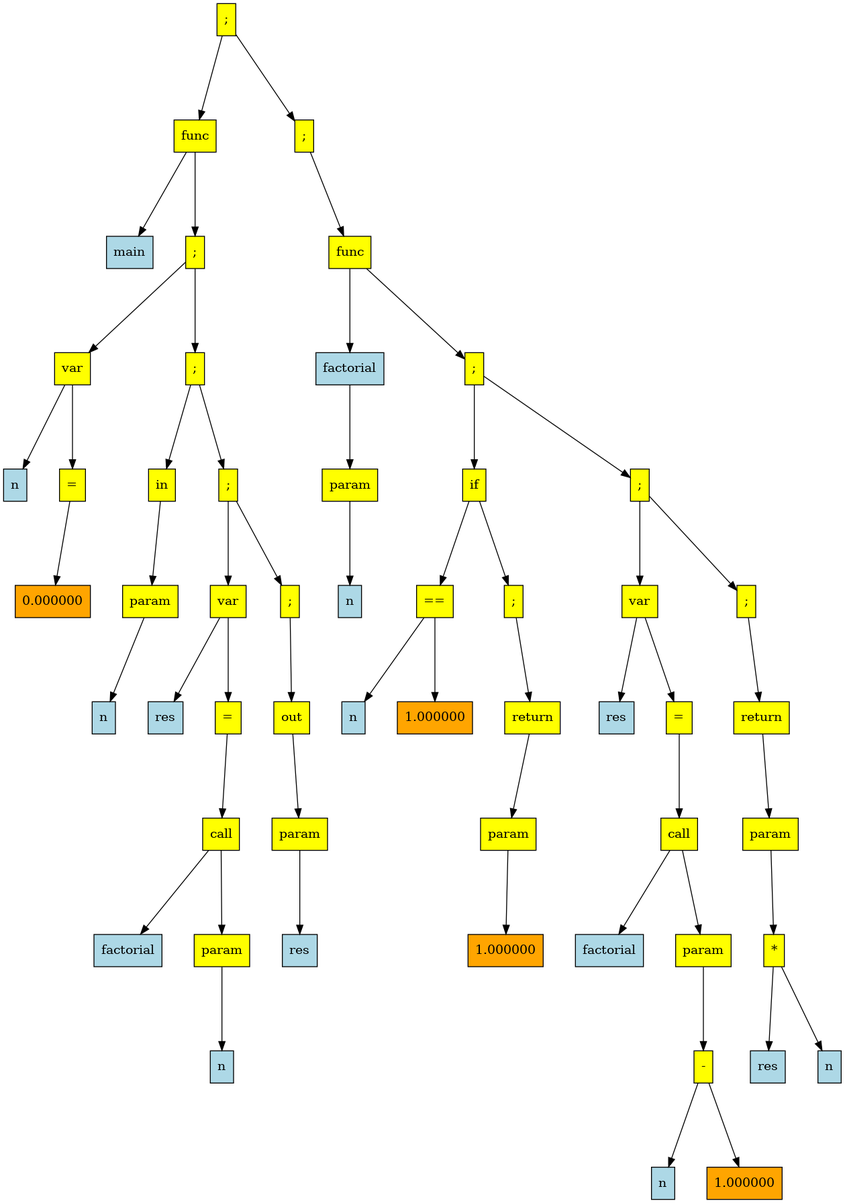
vvit19/Language keeps this Graphviz diagram as frontend/dump.png. Above is the earlier version. Its source is kept beside it as frontend/dump.dot. The source it was exported from:
```dot
            digraph g {
            rankdir   =  TB;
            graph[ranksep = 1.3, nodesep = 0.5, style = "rounded, filled"]
            Node0x604000000d50[shape=rectangle, width=0.2, style="filled",fillcolor="yellow", label=";"]

Node0x604000000590[shape=rectangle, width=0.2, style="filled",fillcolor="yellow", label="func"]

Node0x604000000010[shape=rectangle, width=0.2, style="filled",fillcolor="lightblue", label="main"]

Node0x604000000550[shape=rectangle, width=0.2, style="filled",fillcolor="yellow", label=";"]

Node0x604000000110[shape=rectangle, width=0.2, style="filled",fillcolor="yellow", label="var"]

Node0x604000000050[shape=rectangle, width=0.2, style="filled",fillcolor="lightblue", label="n"]

Node0x6040000000d0[shape=rectangle, width=0.2, style="filled",fillcolor="yellow", label="="]

Node0x604000000090[shape=rectangle, width=0.2, style="filled",fillcolor="orange", label="0.000000"]

Node0x604000000510[shape=rectangle, width=0.2, style="filled",fillcolor="yellow", label=";"]

Node0x6040000001d0[shape=rectangle, width=0.2, style="filled",fillcolor="yellow", label="in"]

Node0x604000000190[shape=rectangle, width=0.2, style="filled",fillcolor="yellow", label="param"]

Node0x604000000150[shape=rectangle, width=0.2, style="filled",fillcolor="lightblue", label="n"]

Node0x6040000004d0[shape=rectangle, width=0.2, style="filled",fillcolor="yellow", label=";"]

Node0x604000000390[shape=rectangle, width=0.2, style="filled",fillcolor="yellow", label="var"]

Node0x604000000210[shape=rectangle, width=0.2, style="filled",fillcolor="lightblue", label="res"]

Node0x604000000350[shape=rectangle, width=0.2, style="filled",fillcolor="yellow", label="="]

Node0x604000000310[shape=rectangle, width=0.2, style="filled",fillcolor="yellow", label="call"]

Node0x604000000250[shape=rectangle, width=0.2, style="filled",fillcolor="lightblue", label="factorial"]

Node0x6040000002d0[shape=rectangle, width=0.2, style="filled",fillcolor="yellow", label="param"]

Node0x604000000290[shape=rectangle, width=0.2, style="filled",fillcolor="lightblue", label="n"]

Node0x604000000490[shape=rectangle, width=0.2, style="filled",fillcolor="yellow", label=";"]

Node0x604000000450[shape=rectangle, width=0.2, style="filled",fillcolor="yellow", label="out"]

Node0x604000000410[shape=rectangle, width=0.2, style="filled",fillcolor="yellow", label="param"]

Node0x6040000003d0[shape=rectangle, width=0.2, style="filled",fillcolor="lightblue", label="res"]

Node0x604000000d10[shape=rectangle, width=0.2, style="filled",fillcolor="yellow", label=";"]

Node0x604000000cd0[shape=rectangle, width=0.2, style="filled",fillcolor="yellow", label="func"]

Node0x6040000005d0[shape=rectangle, width=0.2, style="filled",fillcolor="lightblue", label="factorial"]

Node0x604000000650[shape=rectangle, width=0.2, style="filled",fillcolor="yellow", label="param"]

Node0x604000000610[shape=rectangle, width=0.2, style="filled",fillcolor="lightblue", label="n"]

Node0x604000000c90[shape=rectangle, width=0.2, style="filled",fillcolor="yellow", label=";"]

Node0x604000000690[shape=rectangle, width=0.2, style="filled",fillcolor="yellow", label="if"]

Node0x604000000750[shape=rectangle, width=0.2, style="filled",fillcolor="yellow", label="=="]

Node0x6040000006d0[shape=rectangle, width=0.2, style="filled",fillcolor="lightblue", label="n"]

Node0x604000000710[shape=rectangle, width=0.2, style="filled",fillcolor="orange", label="1.000000"]

Node0x604000000850[shape=rectangle, width=0.2, style="filled",fillcolor="yellow", label=";"]

Node0x604000000810[shape=rectangle, width=0.2, style="filled",fillcolor="yellow", label="return"]

Node0x6040000007d0[shape=rectangle, width=0.2, style="filled",fillcolor="yellow", label="param"]

Node0x604000000790[shape=rectangle, width=0.2, style="filled",fillcolor="orange", label="1.000000"]

Node0x604000000c50[shape=rectangle, width=0.2, style="filled",fillcolor="yellow", label=";"]

Node0x604000000a90[shape=rectangle, width=0.2, style="filled",fillcolor="yellow", label="var"]

Node0x604000000890[shape=rectangle, width=0.2, style="filled",fillcolor="lightblue", label="res"]

Node0x604000000a50[shape=rectangle, width=0.2, style="filled",fillcolor="yellow", label="="]

Node0x604000000a10[shape=rectangle, width=0.2, style="filled",fillcolor="yellow", label="call"]

Node0x6040000008d0[shape=rectangle, width=0.2, style="filled",fillcolor="lightblue", label="factorial"]

Node0x6040000009d0[shape=rectangle, width=0.2, style="filled",fillcolor="yellow", label="param"]

Node0x604000000990[shape=rectangle, width=0.2, style="filled",fillcolor="yellow", label="-"]

Node0x604000000910[shape=rectangle, width=0.2, style="filled",fillcolor="lightblue", label="n"]

Node0x604000000950[shape=rectangle, width=0.2, style="filled",fillcolor="orange", label="1.000000"]

Node0x604000000c10[shape=rectangle, width=0.2, style="filled",fillcolor="yellow", label=";"]

Node0x604000000bd0[shape=rectangle, width=0.2, style="filled",fillcolor="yellow", label="return"]

Node0x604000000b90[shape=rectangle, width=0.2, style="filled",fillcolor="yellow", label="param"]

Node0x604000000b50[shape=rectangle, width=0.2, style="filled",fillcolor="yellow", label="*"]

Node0x604000000ad0[shape=rectangle, width=0.2, style="filled",fillcolor="lightblue", label="res"]

Node0x604000000b10[shape=rectangle, width=0.2, style="filled",fillcolor="lightblue", label="n"]

Node0x604000000d50->Node0x604000000590
Node0x604000000590->Node0x604000000010
Node0x604000000590->Node0x604000000550
Node0x604000000550->Node0x604000000110
Node0x604000000110->Node0x604000000050
Node0x604000000110->Node0x6040000000d0
Node0x6040000000d0->Node0x604000000090
Node0x604000000550->Node0x604000000510
Node0x604000000510->Node0x6040000001d0
Node0x6040000001d0->Node0x604000000190
Node0x604000000190->Node0x604000000150
Node0x604000000510->Node0x6040000004d0
Node0x6040000004d0->Node0x604000000390
Node0x604000000390->Node0x604000000210
Node0x604000000390->Node0x604000000350
Node0x604000000350->Node0x604000000310
Node0x604000000310->Node0x604000000250
Node0x604000000310->Node0x6040000002d0
Node0x6040000002d0->Node0x604000000290
Node0x6040000004d0->Node0x604000000490
Node0x604000000490->Node0x604000000450
Node0x604000000450->Node0x604000000410
Node0x604000000410->Node0x6040000003d0
Node0x604000000d50->Node0x604000000d10
Node0x604000000d10->Node0x604000000cd0
Node0x604000000cd0->Node0x6040000005d0
Node0x6040000005d0->Node0x604000000650
Node0x604000000650->Node0x604000000610
Node0x604000000cd0->Node0x604000000c90
Node0x604000000c90->Node0x604000000690
Node0x604000000690->Node0x604000000750
Node0x604000000750->Node0x6040000006d0
Node0x604000000750->Node0x604000000710
Node0x604000000690->Node0x604000000850
Node0x604000000850->Node0x604000000810
Node0x604000000810->Node0x6040000007d0
Node0x6040000007d0->Node0x604000000790
Node0x604000000c90->Node0x604000000c50
Node0x604000000c50->Node0x604000000a90
Node0x604000000a90->Node0x604000000890
Node0x604000000a90->Node0x604000000a50
Node0x604000000a50->Node0x604000000a10
Node0x604000000a10->Node0x6040000008d0
Node0x604000000a10->Node0x6040000009d0
Node0x6040000009d0->Node0x604000000990
Node0x604000000990->Node0x604000000910
Node0x604000000990->Node0x604000000950
Node0x604000000c50->Node0x604000000c10
Node0x604000000c10->Node0x604000000bd0
Node0x604000000bd0->Node0x604000000b90
Node0x604000000b90->Node0x604000000b50
Node0x604000000b50->Node0x604000000ad0
Node0x604000000b50->Node0x604000000b10
}
```
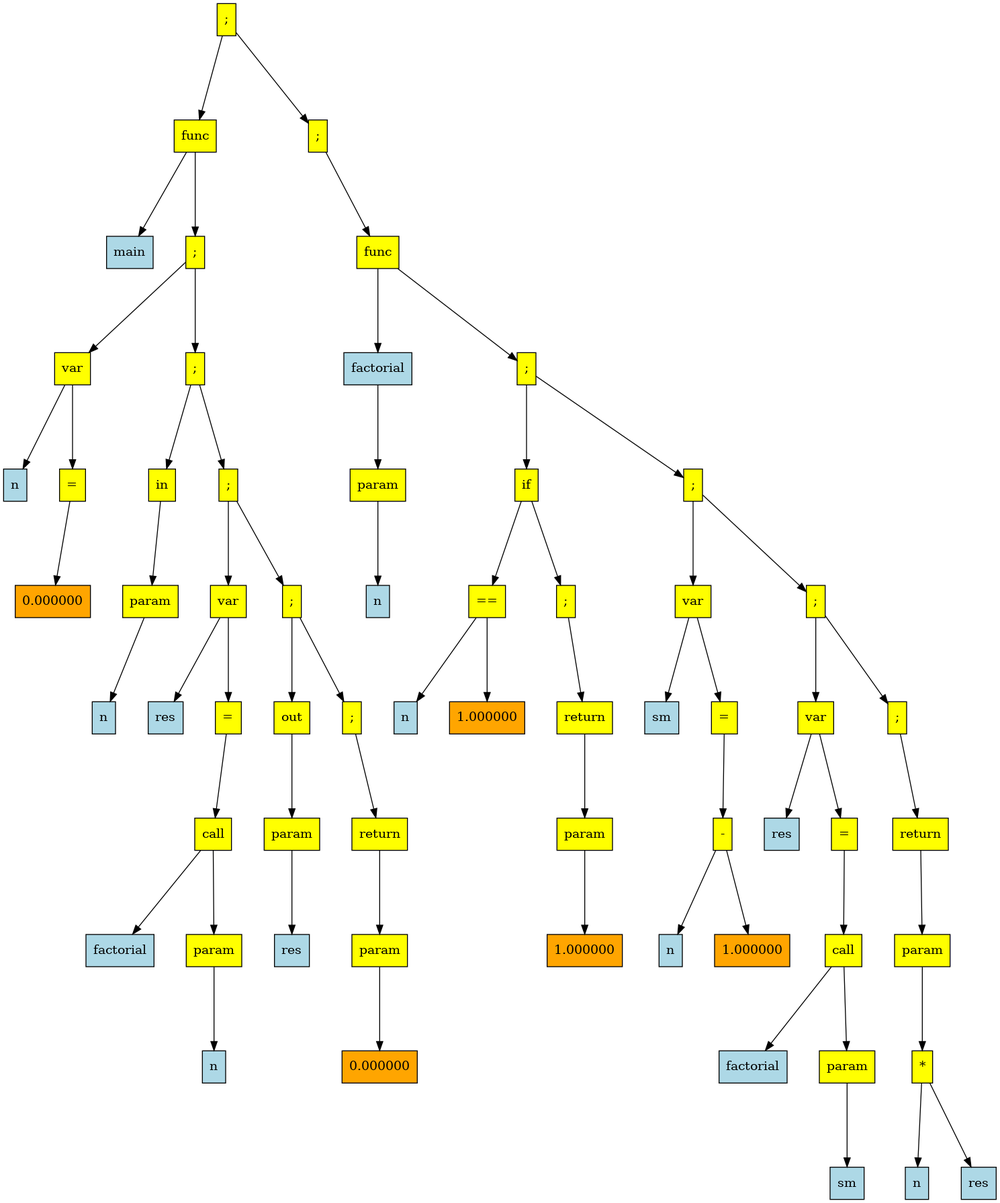
After the change.

What changed in the source:
```diff
@@ -1,13 +1,13 @@
             digraph g {
             rankdir   =  TB;
             graph[ranksep = 1.3, nodesep = 0.5, style = "rounded, filled"]
-            Node0x604000000d50[shape=rectangle, width=0.2, style="filled",fillcolor="yellow", label=";"]
+            Node0x604000000f90[shape=rectangle, width=0.2, style="filled",fillcolor="yellow", label=";"]
 
-Node0x604000000590[shape=rectangle, width=0.2, style="filled",fillcolor="yellow", label="func"]
+Node0x604000000690[shape=rectangle, width=0.2, style="filled",fillcolor="yellow", label="func"]
 
 Node0x604000000010[shape=rectangle, width=0.2, style="filled",fillcolor="lightblue", label="main"]
 
-Node0x604000000550[shape=rectangle, width=0.2, style="filled",fillcolor="yellow", label=";"]
+Node0x604000000650[shape=rectangle, width=0.2, style="filled",fillcolor="yellow", label=";"]
 
 Node0x604000000110[shape=rectangle, width=0.2, style="filled",fillcolor="yellow", label="var"]
 
@@ -17,7 +17,7 @@
 
 Node0x604000000090[shape=rectangle, width=0.2, style="filled",fillcolor="orange", label="0.000000"]
 
-Node0x604000000510[shape=rectangle, width=0.2, style="filled",fillcolor="yellow", label=";"]
+Node0x604000000610[shape=rectangle, width=0.2, style="filled",fillcolor="yellow", label=";"]
 
 Node0x6040000001d0[shape=rectangle, width=0.2, style="filled",fillcolor="yellow", label="in"]
 
@@ -25,7 +25,7 @@
 
 Node0x604000000150[shape=rectangle, width=0.2, style="filled",fillcolor="lightblue", label="n"]
 
-Node0x6040000004d0[shape=rectangle, width=0.2, style="filled",fillcolor="yellow", label=";"]
+Node0x6040000005d0[shape=rectangle, width=0.2, style="filled",fillcolor="yellow", label=";"]
 
 Node0x604000000390[shape=rectangle, width=0.2, style="filled",fillcolor="yellow", label="var"]
 
@@ -41,7 +41,7 @@
 
 Node0x604000000290[shape=rectangle, width=0.2, style="filled",fillcolor="lightblue", label="n"]
 
-Node0x604000000490[shape=rectangle, width=0.2, style="filled",fillcolor="yellow", label=";"]
+Node0x604000000590[shape=rectangle, width=0.2, style="filled",fillcolor="yellow", label=";"]
 
 Node0x604000000450[shape=rectangle, width=0.2, style="filled",fillcolor="yellow", label="out"]
 
@@ -49,117 +49,144 @@
 
 Node0x6040000003d0[shape=rectangle, width=0.2, style="filled",fillcolor="lightblue", label="res"]
 
-Node0x604000000d10[shape=rectangle, width=0.2, style="filled",fillcolor="yellow", label=";"]
+Node0x604000000550[shape=rectangle, width=0.2, style="filled",fillcolor="yellow", label=";"]
 
-Node0x604000000cd0[shape=rectangle, width=0.2, style="filled",fillcolor="yellow", label="func"]
+Node0x604000000510[shape=rectangle, width=0.2, style="filled",fillcolor="yellow", label="return"]
 
-Node0x6040000005d0[shape=rectangle, width=0.2, style="filled",fillcolor="lightblue", label="factorial"]
+Node0x6040000004d0[shape=rectangle, width=0.2, style="filled",fillcolor="yellow", label="param"]
 
-Node0x604000000650[shape=rectangle, width=0.2, style="filled",fillcolor="yellow", label="param"]
+Node0x604000000490[shape=rectangle, width=0.2, style="filled",fillcolor="orange", label="0.000000"]
 
-Node0x604000000610[shape=rectangle, width=0.2, style="filled",fillcolor="lightblue", label="n"]
+Node0x604000000f50[shape=rectangle, width=0.2, style="filled",fillcolor="yellow", label=";"]
 
-Node0x604000000c90[shape=rectangle, width=0.2, style="filled",fillcolor="yellow", label=";"]
+Node0x604000000f10[shape=rectangle, width=0.2, style="filled",fillcolor="yellow", label="func"]
 
-Node0x604000000690[shape=rectangle, width=0.2, style="filled",fillcolor="yellow", label="if"]
+Node0x6040000006d0[shape=rectangle, width=0.2, style="filled",fillcolor="lightblue", label="factorial"]
 
-Node0x604000000750[shape=rectangle, width=0.2, style="filled",fillcolor="yellow", label="=="]
+Node0x604000000750[shape=rectangle, width=0.2, style="filled",fillcolor="yellow", label="param"]
 
-Node0x6040000006d0[shape=rectangle, width=0.2, style="filled",fillcolor="lightblue", label="n"]
+Node0x604000000710[shape=rectangle, width=0.2, style="filled",fillcolor="lightblue", label="n"]
 
-Node0x604000000710[shape=rectangle, width=0.2, style="filled",fillcolor="orange", label="1.000000"]
+Node0x604000000ed0[shape=rectangle, width=0.2, style="filled",fillcolor="yellow", label=";"]
 
-Node0x604000000850[shape=rectangle, width=0.2, style="filled",fillcolor="yellow", label=";"]
+Node0x604000000790[shape=rectangle, width=0.2, style="filled",fillcolor="yellow", label="if"]
 
-Node0x604000000810[shape=rectangle, width=0.2, style="filled",fillcolor="yellow", label="return"]
+Node0x604000000850[shape=rectangle, width=0.2, style="filled",fillcolor="yellow", label="=="]
 
-Node0x6040000007d0[shape=rectangle, width=0.2, style="filled",fillcolor="yellow", label="param"]
+Node0x6040000007d0[shape=rectangle, width=0.2, style="filled",fillcolor="lightblue", label="n"]
 
-Node0x604000000790[shape=rectangle, width=0.2, style="filled",fillcolor="orange", label="1.000000"]
+Node0x604000000810[shape=rectangle, width=0.2, style="filled",fillcolor="orange", label="1.000000"]
 
-Node0x604000000c50[shape=rectangle, width=0.2, style="filled",fillcolor="yellow", label=";"]
+Node0x604000000950[shape=rectangle, width=0.2, style="filled",fillcolor="yellow", label=";"]
 
-Node0x604000000a90[shape=rectangle, width=0.2, style="filled",fillcolor="yellow", label="var"]
+Node0x604000000910[shape=rectangle, width=0.2, style="filled",fillcolor="yellow", label="return"]
 
-Node0x604000000890[shape=rectangle, width=0.2, style="filled",fillcolor="lightblue", label="res"]
+Node0x6040000008d0[shape=rectangle, width=0.2, style="filled",fillcolor="yellow", label="param"]
 
-Node0x604000000a50[shape=rectangle, width=0.2, style="filled",fillcolor="yellow", label="="]
+Node0x604000000890[shape=rectangle, width=0.2, style="filled",fillcolor="orange", label="1.000000"]
 
-Node0x604000000a10[shape=rectangle, width=0.2, style="filled",fillcolor="yellow", label="call"]
+Node0x604000000e90[shape=rectangle, width=0.2, style="filled",fillcolor="yellow", label=";"]
 
-Node0x6040000008d0[shape=rectangle, width=0.2, style="filled",fillcolor="lightblue", label="factorial"]
+Node0x604000000ad0[shape=rectangle, width=0.2, style="filled",fillcolor="yellow", label="var"]
 
-Node0x6040000009d0[shape=rectangle, width=0.2, style="filled",fillcolor="yellow", label="param"]
+Node0x604000000990[shape=rectangle, width=0.2, style="filled",fillcolor="lightblue", label="sm"]
 
-Node0x604000000990[shape=rectangle, width=0.2, style="filled",fillcolor="yellow", label="-"]
+Node0x604000000a90[shape=rectangle, width=0.2, style="filled",fillcolor="yellow", label="="]
 
-Node0x604000000910[shape=rectangle, width=0.2, style="filled",fillcolor="lightblue", label="n"]
+Node0x604000000a50[shape=rectangle, width=0.2, style="filled",fillcolor="yellow", label="-"]
 
-Node0x604000000950[shape=rectangle, width=0.2, style="filled",fillcolor="orange", label="1.000000"]
+Node0x6040000009d0[shape=rectangle, width=0.2, style="filled",fillcolor="lightblue", label="n"]
 
-Node0x604000000c10[shape=rectangle, width=0.2, style="filled",fillcolor="yellow", label=";"]
+Node0x604000000a10[shape=rectangle, width=0.2, style="filled",fillcolor="orange", label="1.000000"]
 
-Node0x604000000bd0[shape=rectangle, width=0.2, style="filled",fillcolor="yellow", label="return"]
+Node0x604000000e50[shape=rectangle, width=0.2, style="filled",fillcolor="yellow", label=";"]
 
-Node0x604000000b90[shape=rectangle, width=0.2, style="filled",fillcolor="yellow", label="param"]
+Node0x604000000c90[shape=rectangle, width=0.2, style="filled",fillcolor="yellow", label="var"]
 
-Node0x604000000b50[shape=rectangle, width=0.2, style="filled",fillcolor="yellow", label="*"]
+Node0x604000000b10[shape=rectangle, width=0.2, style="filled",fillcolor="lightblue", label="res"]
 
-Node0x604000000ad0[shape=rectangle, width=0.2, style="filled",fillcolor="lightblue", label="res"]
+Node0x604000000c50[shape=rectangle, width=0.2, style="filled",fillcolor="yellow", label="="]
 
-Node0x604000000b10[shape=rectangle, width=0.2, style="filled",fillcolor="lightblue", label="n"]
+Node0x604000000c10[shape=rectangle, width=0.2, style="filled",fillcolor="yellow", label="call"]
 
-Node0x604000000d50->Node0x604000000590
-Node0x604000000590->Node0x604000000010
-Node0x604000000590->Node0x604000000550
-Node0x604000000550->Node0x604000000110
+Node0x604000000b50[shape=rectangle, width=0.2, style="filled",fillcolor="lightblue", label="factorial"]
+
+Node0x604000000bd0[shape=rectangle, width=0.2, style="filled",fillcolor="yellow", label="param"]
+
+Node0x604000000b90[shape=rectangle, width=0.2, style="filled",fillcolor="lightblue", label="sm"]
+
+Node0x604000000e10[shape=rectangle, width=0.2, style="filled",fillcolor="yellow", label=";"]
+
+Node0x604000000dd0[shape=rectangle, width=0.2, style="filled",fillcolor="yellow", label="return"]
+
+Node0x604000000d90[shape=rectangle, width=0.2, style="filled",fillcolor="yellow", label="param"]
+
+Node0x604000000d50[shape=rectangle, width=0.2, style="filled",fillcolor="yellow", label="*"]
+
+Node0x604000000cd0[shape=rectangle, width=0.2, style="filled",fillcolor="lightblue", label="n"]
+
+Node0x604000000d10[shape=rectangle, width=0.2, style="filled",fillcolor="lightblue", label="res"]
+
+Node0x604000000f90->Node0x604000000690
+Node0x604000000690->Node0x604000000010
+Node0x604000000690->Node0x604000000650
+Node0x604000000650->Node0x604000000110
 Node0x604000000110->Node0x604000000050
 Node0x604000000110->Node0x6040000000d0
 Node0x6040000000d0->Node0x604000000090
-Node0x604000000550->Node0x604000000510
-Node0x604000000510->Node0x6040000001d0
+Node0x604000000650->Node0x604000000610
+Node0x604000000610->Node0x6040000001d0
 Node0x6040000001d0->Node0x604000000190
 Node0x604000000190->Node0x604000000150
-Node0x604000000510->Node0x6040000004d0
-Node0x6040000004d0->Node0x604000000390
+Node0x604000000610->Node0x6040000005d0
+Node0x6040000005d0->Node0x604000000390
 Node0x604000000390->Node0x604000000210
 Node0x604000000390->Node0x604000000350
 Node0x604000000350->Node0x604000000310
 Node0x604000000310->Node0x604000000250
 Node0x604000000310->Node0x6040000002d0
 Node0x6040000002d0->Node0x604000000290
-Node0x6040000004d0->Node0x604000000490
-Node0x604000000490->Node0x604000000450
+Node0x6040000005d0->Node0x604000000590
+Node0x604000000590->Node0x604000000450
 Node0x604000000450->Node0x604000000410
 Node0x604000000410->Node0x6040000003d0
-Node0x604000000d50->Node0x604000000d10
-Node0x604000000d10->Node0x604000000cd0
-Node0x604000000cd0->Node0x6040000005d0
-Node0x6040000005d0->Node0x604000000650
-Node0x604000000650->Node0x604000000610
-Node0x604000000cd0->Node0x604000000c90
-Node0x604000000c90->Node0x604000000690
-Node0x604000000690->Node0x604000000750
-Node0x604000000750->Node0x6040000006d0
+Node0x604000000590->Node0x604000000550
+Node0x604000000550->Node0x604000000510
+Node0x604000000510->Node0x6040000004d0
+Node0x6040000004d0->Node0x604000000490
+Node0x604000000f90->Node0x604000000f50
+Node0x604000000f50->Node0x604000000f10
+Node0x604000000f10->Node0x6040000006d0
+Node0x6040000006d0->Node0x604000000750
 Node0x604000000750->Node0x604000000710
-Node0x604000000690->Node0x604000000850
+Node0x604000000f10->Node0x604000000ed0
+Node0x604000000ed0->Node0x604000000790
+Node0x604000000790->Node0x604000000850
+Node0x604000000850->Node0x6040000007d0
 Node0x604000000850->Node0x604000000810
-Node0x604000000810->Node0x6040000007d0
-Node0x6040000007d0->Node0x604000000790
+Node0x604000000790->Node0x604000000950
+Node0x604000000950->Node0x604000000910
+Node0x604000000910->Node0x6040000008d0
+Node0x6040000008d0->Node0x604000000890
+Node0x604000000ed0->Node0x604000000e90
+Node0x604000000e90->Node0x604000000ad0
+Node0x604000000ad0->Node0x604000000990
+Node0x604000000ad0->Node0x604000000a90
+Node0x604000000a90->Node0x604000000a50
+Node0x604000000a50->Node0x6040000009d0
+Node0x604000000a50->Node0x604000000a10
+Node0x604000000e90->Node0x604000000e50
+Node0x604000000e50->Node0x604000000c90
+Node0x604000000c90->Node0x604000000b10
 Node0x604000000c90->Node0x604000000c50
-Node0x604000000c50->Node0x604000000a90
-Node0x604000000a90->Node0x604000000890
-Node0x604000000a90->Node0x604000000a50
-Node0x604000000a50->Node0x604000000a10
-Node0x604000000a10->Node0x6040000008d0
-Node0x604000000a10->Node0x6040000009d0
-Node0x6040000009d0->Node0x604000000990
-Node0x604000000990->Node0x604000000910
-Node0x604000000990->Node0x604000000950
 Node0x604000000c50->Node0x604000000c10
+Node0x604000000c10->Node0x604000000b50
 Node0x604000000c10->Node0x604000000bd0
 Node0x604000000bd0->Node0x604000000b90
-Node0x604000000b90->Node0x604000000b50
-Node0x604000000b50->Node0x604000000ad0
-Node0x604000000b50->Node0x604000000b10
+Node0x604000000e50->Node0x604000000e10
+Node0x604000000e10->Node0x604000000dd0
+Node0x604000000dd0->Node0x604000000d90
+Node0x604000000d90->Node0x604000000d50
+Node0x604000000d50->Node0x604000000cd0
+Node0x604000000d50->Node0x604000000d10
 }
```
